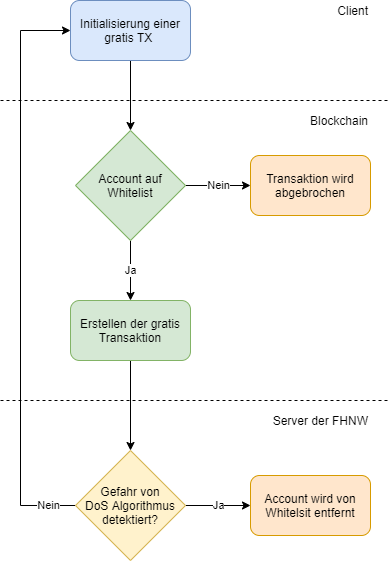
Above: Report/images/flow_solution2_v2.png in Geryones/BlockChain_TransactionManager (draw.io), before the change. Source tidied: cells renumbered, new cells last; positions are measured from the earlier drawing's top-left corner, leaving out a move shared by most shapes.
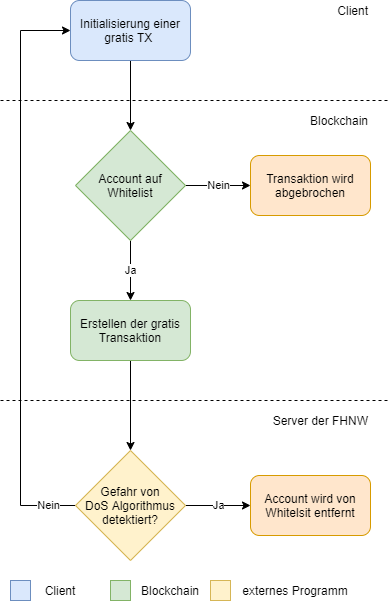
The same diagram one commit later.

The edit, as a diff of the source:
```diff
@@ -64,5 +64,23 @@
     <mxCell id="18" value="Server der FHNW" style="text;html=1;strokeColor=none;fillColor=none;align=right;verticalAlign=middle;whiteSpace=wrap;rounded=0;" parent="1" vertex="1">
       <mxGeometry x="260" y="410" width="110" height="20" as="geometry" />
     </mxCell>
+    <mxCell id="19" style="rounded=0;whiteSpace=wrap;html=1;fillColor=#dae8fc;strokeColor=#6c8ebf;" parent="1" vertex="1">
+      <mxGeometry x="10" y="580" width="20" height="20" as="geometry" />
+    </mxCell>
+    <mxCell id="20" value="Client" style="text;html=1;strokeColor=none;fillColor=none;align=center;verticalAlign=middle;whiteSpace=wrap;rounded=0;" parent="1" vertex="1">
+      <mxGeometry x="40" y="580" width="40" height="20" as="geometry" />
+    </mxCell>
+    <mxCell id="21" style="rounded=0;whiteSpace=wrap;html=1;fillColor=#d5e8d4;strokeColor=#82b366;" parent="1" vertex="1">
+      <mxGeometry x="110" y="580" width="20" height="20" as="geometry" />
+    </mxCell>
+    <mxCell id="22" value="Blockchain" style="text;html=1;align=center;verticalAlign=middle;whiteSpace=wrap;rounded=0;" parent="1" vertex="1">
+      <mxGeometry x="150" y="580" width="40" height="20" as="geometry" />
+    </mxCell>
+    <mxCell id="23" value="externes Programm" style="text;html=1;strokeColor=none;fillColor=none;align=center;verticalAlign=middle;whiteSpace=wrap;rounded=0;" parent="1" vertex="1">
+      <mxGeometry x="240" y="580" width="110" height="20" as="geometry" />
+    </mxCell>
+    <mxCell id="24" style="rounded=0;whiteSpace=wrap;html=1;fillColor=#fff2cc;strokeColor=#d6b656;" parent="1" vertex="1">
+      <mxGeometry x="210" y="580" width="20" height="20" as="geometry" />
+    </mxCell>
   </root>
 </mxGraphModel>
```
